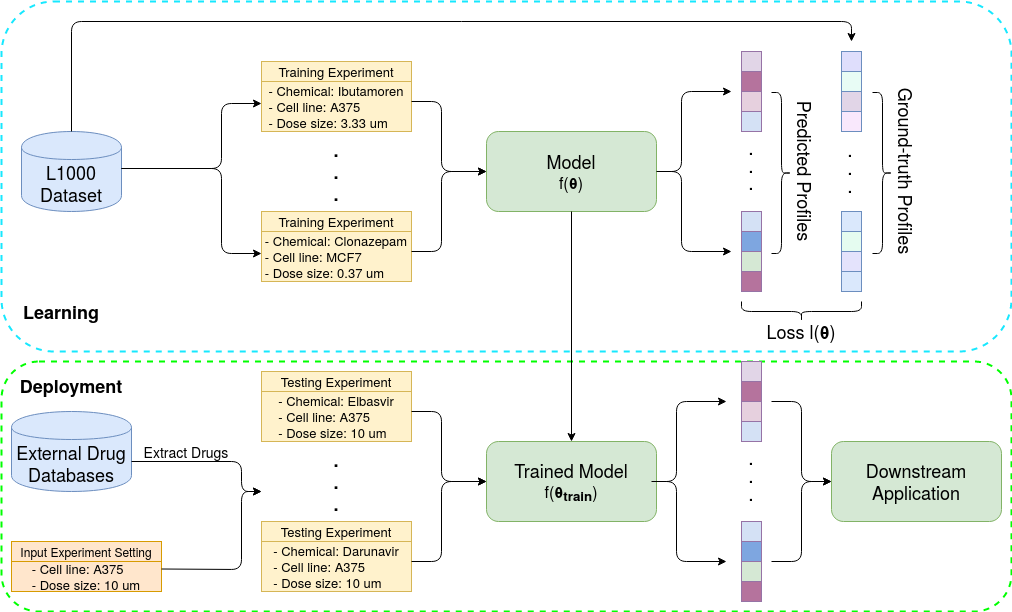
Earlier version of the draw.io export docs/fig1.png (pth1993/DeepCE). Source tidied: cells renumbered, new cells last; positions are measured from the earlier drawing's top-left corner, leaving out a move shared by most shapes.
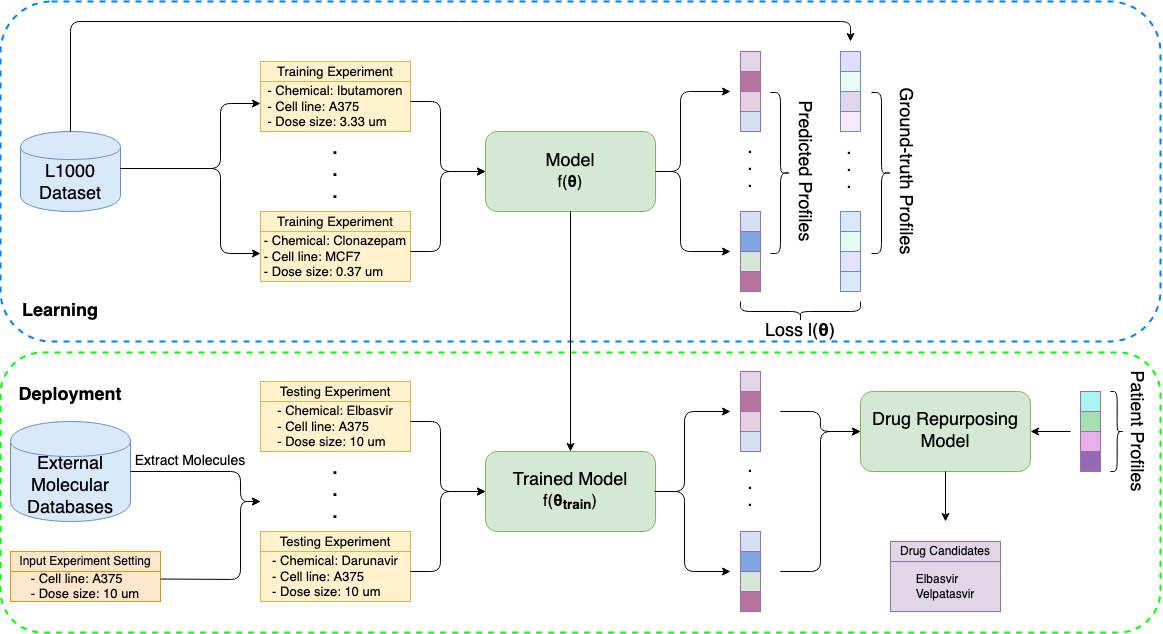
The same diagram one commit later.

What changed in the source:
```diff
@@ -2,12 +2,12 @@
   <root>
     <mxCell id="0" />
     <mxCell id="1" parent="0" />
-    <mxCell id="2" style="rounded=1;whiteSpace=wrap;html=1;dashed=1;strokeWidth=2;strokeColor=#00FF00;" parent="1" vertex="1">
-      <mxGeometry y="360" width="1010" height="250" as="geometry" />
-    </mxCell>
-    <mxCell id="3" style="rounded=1;whiteSpace=wrap;html=1;dashed=1;strokeWidth=2;strokeColor=#17E8FF;" parent="1" vertex="1">
-      <mxGeometry width="1010" height="350" as="geometry" />
-    </mxCell>
+    <mxCell id="73" style="rounded=1;whiteSpace=wrap;html=1;dashed=1;strokeWidth=2;strokeColor=#00FF00;" parent="1" vertex="1">
+      <mxGeometry y="351" width="1160" height="280" as="geometry" />
+    </mxCell>
+    <mxCell id="74" style="rounded=1;whiteSpace=wrap;html=1;dashed=1;strokeColor=#007FFF;strokeWidth=2;" parent="1" vertex="1">
+      <mxGeometry width="1160" height="340" as="geometry" />
+    </mxCell>
     <mxCell id="4" value="&lt;div&gt;&lt;font style=&quot;font-size: 18px&quot;&gt;L1000 Dataset&lt;br&gt;&lt;/font&gt;&lt;/div&gt;" style="shape=cylinder;whiteSpace=wrap;html=1;boundedLbl=1;backgroundOutline=1;fillColor=#dae8fc;strokeColor=#6c8ebf;" parent="1" vertex="1">
       <mxGeometry x="20" y="130" width="100" height="80" as="geometry" />
     </mxCell>
@@ -142,71 +142,71 @@
       </mxGeometry>
     </mxCell>
     <mxCell id="38" value="&lt;div&gt;&lt;font style=&quot;font-size: 18px&quot;&gt;Trained Model&lt;/font&gt;&lt;/div&gt;&lt;div&gt;&lt;font size=&quot;3&quot;&gt;f(&lt;b&gt;θ&lt;sub&gt;train&lt;/sub&gt;&lt;/b&gt;)&lt;br&gt;&lt;/font&gt;&lt;/div&gt;" style="rounded=1;whiteSpace=wrap;html=1;fillColor=#d5e8d4;strokeColor=#82b366;" parent="1" vertex="1">
-      <mxGeometry x="485" y="440" width="170" height="80" as="geometry" />
+      <mxGeometry x="485" y="450" width="170" height="80" as="geometry" />
     </mxCell>
-    <mxCell id="39" value="&lt;font style=&quot;font-size: 18px&quot;&gt;External Drug Databases&lt;/font&gt;" style="shape=cylinder;whiteSpace=wrap;html=1;boundedLbl=1;backgroundOutline=1;fillColor=#dae8fc;strokeColor=#6c8ebf;" parent="1" vertex="1">
-      <mxGeometry x="10" y="410" width="120" height="80" as="geometry" />
+    <mxCell id="39" value="&lt;font style=&quot;font-size: 18px&quot;&gt;External Molecular Databases&lt;/font&gt;" style="shape=cylinder;whiteSpace=wrap;html=1;boundedLbl=1;backgroundOutline=1;fillColor=#dae8fc;strokeColor=#6c8ebf;" parent="1" vertex="1">
+      <mxGeometry x="10" y="420" width="120" height="100" as="geometry" />
     </mxCell>
     <mxCell id="40" value="&lt;div style=&quot;font-size: 13px&quot; align=&quot;left&quot;&gt;&lt;font style=&quot;font-size: 13px&quot;&gt;- Chemical: Elbasvir&lt;br&gt;&lt;/font&gt;&lt;/div&gt;&lt;div style=&quot;font-size: 13px&quot; align=&quot;left&quot;&gt;&lt;font style=&quot;font-size: 13px&quot;&gt;- Cell line: A375&lt;/font&gt;&lt;/div&gt;&lt;div style=&quot;font-size: 13px&quot; align=&quot;left&quot;&gt;&lt;font style=&quot;font-size: 13px&quot;&gt;- Dose size: 10 um&lt;br&gt;&lt;/font&gt;&lt;/div&gt;" style="rounded=0;whiteSpace=wrap;html=1;align=center;fillColor=#fff2cc;strokeColor=#d6b656;" parent="1" vertex="1">
-      <mxGeometry x="260" y="390" width="150" height="50" as="geometry" />
+      <mxGeometry x="260" y="400" width="150" height="50" as="geometry" />
     </mxCell>
     <mxCell id="41" value="&lt;font style=&quot;font-size: 13px&quot;&gt;Testing Experiment&lt;/font&gt;" style="rounded=0;whiteSpace=wrap;html=1;fillColor=#fff2cc;strokeColor=#d6b656;" parent="1" vertex="1">
-      <mxGeometry x="260" y="370" width="150" height="20" as="geometry" />
+      <mxGeometry x="260" y="380" width="150" height="20" as="geometry" />
     </mxCell>
     <mxCell id="42" value="&lt;div style=&quot;font-size: 13px&quot; align=&quot;left&quot;&gt;&lt;font style=&quot;font-size: 13px&quot;&gt;- Chemical: Darunavir&lt;br&gt;&lt;/font&gt;&lt;/div&gt;&lt;div style=&quot;font-size: 13px&quot; align=&quot;left&quot;&gt;&lt;font style=&quot;font-size: 13px&quot;&gt;- Cell line: A375&lt;br&gt;&lt;/font&gt;&lt;/div&gt;&lt;div style=&quot;font-size: 13px&quot; align=&quot;left&quot;&gt;&lt;font style=&quot;font-size: 13px&quot;&gt;- Dose size: 10 um&lt;br&gt;&lt;/font&gt;&lt;/div&gt;" style="rounded=0;whiteSpace=wrap;html=1;align=center;fillColor=#fff2cc;strokeColor=#d6b656;" parent="1" vertex="1">
-      <mxGeometry x="260" y="540" width="150" height="50" as="geometry" />
+      <mxGeometry x="260" y="550" width="150" height="50" as="geometry" />
     </mxCell>
     <mxCell id="43" value="&lt;font style=&quot;font-size: 13px&quot;&gt;Testing Experiment&lt;/font&gt;" style="rounded=0;whiteSpace=wrap;html=1;fillColor=#fff2cc;strokeColor=#d6b656;" parent="1" vertex="1">
-      <mxGeometry x="260" y="520" width="150" height="20" as="geometry" />
+      <mxGeometry x="260" y="530" width="150" height="20" as="geometry" />
     </mxCell>
     <mxCell id="44" value="&lt;div style=&quot;font-size: 18px&quot;&gt;&lt;font style=&quot;font-size: 18px&quot;&gt;&lt;b&gt;.&lt;/b&gt;&lt;/font&gt;&lt;/div&gt;&lt;div style=&quot;font-size: 18px&quot;&gt;&lt;font style=&quot;font-size: 18px&quot;&gt;&lt;b&gt;.&lt;/b&gt;&lt;/font&gt;&lt;/div&gt;&lt;div style=&quot;font-size: 18px&quot;&gt;&lt;font style=&quot;font-size: 18px&quot;&gt;&lt;b&gt;.&lt;br&gt;&lt;/b&gt;&lt;/font&gt;&lt;/div&gt;" style="text;html=1;strokeColor=none;fillColor=none;align=center;verticalAlign=middle;whiteSpace=wrap;rounded=0;" parent="1" vertex="1">
-      <mxGeometry x="315" y="470" width="40" height="20" as="geometry" />
+      <mxGeometry x="315" y="480" width="40" height="20" as="geometry" />
     </mxCell>
     <mxCell id="45" value="&lt;div style=&quot;font-size: 13px&quot; align=&quot;left&quot;&gt;&lt;font style=&quot;font-size: 13px&quot;&gt;- Cell line: A375&lt;/font&gt;&lt;/div&gt;&lt;div style=&quot;font-size: 13px&quot; align=&quot;left&quot;&gt;&lt;font style=&quot;font-size: 13px&quot;&gt;- Dose size: 10 um&lt;br&gt;&lt;/font&gt;&lt;/div&gt;" style="rounded=0;whiteSpace=wrap;html=1;align=center;fillColor=#ffe6cc;strokeColor=#d79b00;" parent="1" vertex="1">
-      <mxGeometry x="10" y="560" width="150" height="30" as="geometry" />
+      <mxGeometry x="10" y="570" width="150" height="30" as="geometry" />
     </mxCell>
     <mxCell id="46" value="Input Experiment Setting" style="rounded=0;whiteSpace=wrap;html=1;fillColor=#ffe6cc;strokeColor=#d79b00;" parent="1" vertex="1">
-      <mxGeometry x="10" y="540" width="150" height="20" as="geometry" />
+      <mxGeometry x="10" y="550" width="150" height="20" as="geometry" />
     </mxCell>
     <mxCell id="47" style="endArrow=classic;html=1;" parent="1" edge="1">
       <mxGeometry relative="1" as="geometry">
-        <mxPoint x="130" y="460" as="sourcePoint" />
-        <mxPoint x="260" y="490" as="targetPoint" />
+        <mxPoint x="130" y="470" as="sourcePoint" />
+        <mxPoint x="260" y="500" as="targetPoint" />
         <Array as="points">
-          <mxPoint x="240" y="460" />
-          <mxPoint x="240" y="490" />
+          <mxPoint x="240" y="470" />
+          <mxPoint x="240" y="500" />
         </Array>
       </mxGeometry>
     </mxCell>
     <mxCell id="48" style="endArrow=classic;html=1;exitX=1;exitY=0.25;exitDx=0;exitDy=0;" parent="1" edge="1" source="45">
       <mxGeometry relative="1" as="geometry">
-        <mxPoint x="260" y="490" as="targetPoint" />
+        <mxPoint x="260" y="500" as="targetPoint" />
         <Array as="points">
-          <mxPoint x="240" y="568" />
-          <mxPoint x="240" y="490" />
+          <mxPoint x="240" y="578" />
+          <mxPoint x="240" y="500" />
         </Array>
       </mxGeometry>
     </mxCell>
-    <mxCell id="49" value="&lt;font style=&quot;font-size: 14px&quot;&gt;Extract Drugs&lt;/font&gt;" style="text;html=1;strokeColor=none;fillColor=none;align=center;verticalAlign=middle;whiteSpace=wrap;rounded=0;" parent="1" vertex="1">
-      <mxGeometry x="140" y="440" width="90" height="20" as="geometry" />
+    <mxCell id="49" value="&lt;font style=&quot;font-size: 14px&quot;&gt;Extract Molecules&lt;br&gt;&lt;/font&gt;" style="text;html=1;strokeColor=none;fillColor=none;align=center;verticalAlign=middle;whiteSpace=wrap;rounded=0;" parent="1" vertex="1">
+      <mxGeometry x="130" y="450" width="120" height="20" as="geometry" />
     </mxCell>
     <mxCell id="50" style="endArrow=classic;html=1;entryX=0;entryY=0.5;entryDx=0;entryDy=0;" parent="1" edge="1">
       <mxGeometry relative="1" as="geometry">
-        <mxPoint x="410" y="410" as="sourcePoint" />
-        <mxPoint x="485" y="480" as="targetPoint" />
+        <mxPoint x="410" y="420" as="sourcePoint" />
+        <mxPoint x="485" y="490" as="targetPoint" />
         <Array as="points">
-          <mxPoint x="440" y="410" />
-          <mxPoint x="440" y="480" />
+          <mxPoint x="440" y="420" />
+          <mxPoint x="440" y="490" />
         </Array>
       </mxGeometry>
     </mxCell>
     <mxCell id="51" style="endArrow=classic;html=1;entryX=0;entryY=0.5;entryDx=0;entryDy=0;" parent="1" edge="1">
       <mxGeometry relative="1" as="geometry">
-        <mxPoint x="410" y="560" as="sourcePoint" />
-        <mxPoint x="485" y="480" as="targetPoint" />
+        <mxPoint x="410" y="570" as="sourcePoint" />
+        <mxPoint x="485" y="490" as="targetPoint" />
         <Array as="points">
-          <mxPoint x="440" y="560" />
-          <mxPoint x="440" y="480" />
+          <mxPoint x="440" y="570" />
+          <mxPoint x="440" y="490" />
         </Array>
       </mxGeometry>
     </mxCell>
@@ -214,67 +214,49 @@
       <mxGeometry relative="1" as="geometry" />
     </mxCell>
     <mxCell id="53" style="rounded=0;whiteSpace=wrap;html=1;fillColor=#e1d5e7;strokeColor=#9673a6;" parent="1" vertex="1">
-      <mxGeometry x="740" y="360" width="20" height="20" as="geometry" />
+      <mxGeometry x="740" y="370" width="20" height="20" as="geometry" />
     </mxCell>
     <mxCell id="54" style="rounded=0;whiteSpace=wrap;html=1;fillColor=#B5739D;strokeColor=#9673a6;" parent="1" vertex="1">
-      <mxGeometry x="740" y="380" width="20" height="20" as="geometry" />
+      <mxGeometry x="740" y="390" width="20" height="20" as="geometry" />
     </mxCell>
     <mxCell id="55" style="rounded=0;whiteSpace=wrap;html=1;fillColor=#E6D0DE;strokeColor=#9673a6;" parent="1" vertex="1">
-      <mxGeometry x="740" y="400" width="20" height="20" as="geometry" />
+      <mxGeometry x="740" y="410" width="20" height="20" as="geometry" />
     </mxCell>
     <mxCell id="56" style="rounded=0;whiteSpace=wrap;html=1;fillColor=#D4E1F5;strokeColor=#9673a6;" parent="1" vertex="1">
-      <mxGeometry x="740" y="420" width="20" height="20" as="geometry" />
+      <mxGeometry x="740" y="430" width="20" height="20" as="geometry" />
     </mxCell>
     <mxCell id="57" style="rounded=0;whiteSpace=wrap;html=1;fillColor=#D4E1F5;strokeColor=#9673a6;" parent="1" vertex="1">
-      <mxGeometry x="740" y="520" width="20" height="20" as="geometry" />
+      <mxGeometry x="740" y="530" width="20" height="20" as="geometry" />
     </mxCell>
     <mxCell id="58" style="rounded=0;whiteSpace=wrap;html=1;fillColor=#7EA6E0;strokeColor=#9673a6;" parent="1" vertex="1">
-      <mxGeometry x="740" y="540" width="20" height="20" as="geometry" />
+      <mxGeometry x="740" y="550" width="20" height="20" as="geometry" />
     </mxCell>
     <mxCell id="59" style="rounded=0;whiteSpace=wrap;html=1;fillColor=#D5E8D4;strokeColor=#9673a6;" parent="1" vertex="1">
-      <mxGeometry x="740" y="560" width="20" height="20" as="geometry" />
+      <mxGeometry x="740" y="570" width="20" height="20" as="geometry" />
     </mxCell>
     <mxCell id="60" style="rounded=0;whiteSpace=wrap;html=1;fillColor=#B5739D;strokeColor=#9673a6;" parent="1" vertex="1">
-      <mxGeometry x="740" y="580" width="20" height="20" as="geometry" />
+      <mxGeometry x="740" y="590" width="20" height="20" as="geometry" />
     </mxCell>
-    <mxCell id="61" value="&lt;div style=&quot;font-size: 18px&quot;&gt;&lt;font style=&quot;font-size: 18px&quot;&gt;Downstream&lt;br&gt;&lt;/font&gt;&lt;/div&gt;&lt;div style=&quot;font-size: 18px&quot;&gt;&lt;font style=&quot;font-size: 18px&quot;&gt;Application&lt;br&gt;&lt;/font&gt;&lt;/div&gt;" style="rounded=1;whiteSpace=wrap;html=1;fillColor=#d5e8d4;strokeColor=#82b366;" parent="1" vertex="1">
-      <mxGeometry x="830" y="440" width="170" height="80" as="geometry" />
+    <mxCell id="61" value="&lt;font style=&quot;font-size: 18px&quot;&gt;Drug Repurposing Model&lt;br&gt;&lt;/font&gt;" style="rounded=1;whiteSpace=wrap;html=1;fillColor=#d5e8d4;strokeColor=#82b366;" parent="1" vertex="1">
+      <mxGeometry x="860" y="390" width="170" height="80" as="geometry" />
     </mxCell>
-    <mxCell id="62" style="endArrow=classic;html=1;entryX=0;entryY=0.5;entryDx=0;entryDy=0;" parent="1" edge="1" target="61">
-      <mxGeometry relative="1" as="geometry">
-        <mxPoint x="770" y="400" as="sourcePoint" />
-        <Array as="points">
-          <mxPoint x="800" y="400" />
-          <mxPoint x="800" y="480" />
-        </Array>
-      </mxGeometry>
-    </mxCell>
-    <mxCell id="63" style="endArrow=classic;html=1;entryX=0;entryY=0.5;entryDx=0;entryDy=0;" parent="1" edge="1" target="61">
-      <mxGeometry relative="1" as="geometry">
-        <mxPoint x="770" y="560" as="sourcePoint" />
-        <Array as="points">
-          <mxPoint x="800" y="560" />
-          <mxPoint x="800" y="480" />
-        </Array>
-      </mxGeometry>
-    </mxCell>
-    <mxCell id="64" style="endArrow=classic;html=1;exitX=1;exitY=0.5;exitDx=0;exitDy=0;" parent="1" edge="1">
+    <mxCell id="64" style="endArrow=classic;html=1;" parent="1" edge="1">
       <mxGeometry relative="1" as="geometry">
-        <mxPoint x="650" y="480" as="sourcePoint" />
-        <mxPoint x="725" y="400" as="targetPoint" />
+        <mxPoint x="664" y="490" as="sourcePoint" />
+        <mxPoint x="730" y="410" as="targetPoint" />
         <Array as="points">
-          <mxPoint x="675" y="480" />
-          <mxPoint x="675" y="400" />
+          <mxPoint x="684" y="490" />
+          <mxPoint x="684" y="410" />
         </Array>
       </mxGeometry>
     </mxCell>
-    <mxCell id="65" style="endArrow=classic;html=1;" parent="1" edge="1">
+    <mxCell id="65" style="endArrow=classic;html=1;exitX=0.971;exitY=0.5;exitDx=0;exitDy=0;exitPerimeter=0;" parent="1" edge="1">
       <mxGeometry relative="1" as="geometry">
-        <mxPoint x="655" y="480" as="sourcePoint" />
-        <mxPoint x="725" y="560" as="targetPoint" />
+        <mxPoint x="654.1" y="490" as="sourcePoint" />
+        <mxPoint x="730" y="570" as="targetPoint" />
         <Array as="points">
-          <mxPoint x="675" y="480" />
-          <mxPoint x="675" y="560" />
+          <mxPoint x="684" y="490" />
+          <mxPoint x="684" y="570" />
         </Array>
       </mxGeometry>
     </mxCell>
@@ -302,7 +284,7 @@
       <mxGeometry x="40" y="300" width="40" height="20" as="geometry" />
     </mxCell>
     <mxCell id="69" value="&lt;b&gt;&lt;font style=&quot;font-size: 18px&quot;&gt;Deployment&lt;/font&gt;&lt;/b&gt;" style="text;html=1;strokeColor=none;fillColor=none;align=center;verticalAlign=middle;whiteSpace=wrap;rounded=0;dashed=1;" parent="1" vertex="1">
-      <mxGeometry x="50" y="374" width="40" height="20" as="geometry" />
+      <mxGeometry x="50" y="384" width="40" height="20" as="geometry" />
     </mxCell>
     <mxCell id="70" value="&lt;div style=&quot;font-size: 14px&quot;&gt;&lt;font style=&quot;font-size: 14px&quot;&gt;&lt;b&gt;.&lt;/b&gt;&lt;/font&gt;&lt;/div&gt;&lt;div style=&quot;font-size: 14px&quot;&gt;&lt;font style=&quot;font-size: 14px&quot;&gt;&lt;b&gt;.&lt;/b&gt;&lt;/font&gt;&lt;/div&gt;&lt;div style=&quot;font-size: 14px&quot;&gt;&lt;font style=&quot;font-size: 14px&quot;&gt;&lt;b&gt;.&lt;br&gt;&lt;/b&gt;&lt;/font&gt;&lt;/div&gt;" style="text;html=1;strokeColor=none;fillColor=none;align=center;verticalAlign=middle;whiteSpace=wrap;rounded=0;dashed=1;" parent="1" vertex="1">
       <mxGeometry x="730" y="155" width="40" height="20" as="geometry" />
@@ -311,7 +293,59 @@
       <mxGeometry x="845" y="134" width="30" height="60" as="geometry" />
     </mxCell>
     <mxCell id="72" value="&lt;div style=&quot;font-size: 14px&quot;&gt;&lt;font style=&quot;font-size: 14px&quot;&gt;&lt;b&gt;.&lt;/b&gt;&lt;/font&gt;&lt;/div&gt;&lt;div style=&quot;font-size: 14px&quot;&gt;&lt;font style=&quot;font-size: 14px&quot;&gt;&lt;b&gt;.&lt;/b&gt;&lt;/font&gt;&lt;/div&gt;&lt;div style=&quot;font-size: 14px&quot;&gt;&lt;font style=&quot;font-size: 14px&quot;&gt;&lt;b&gt;.&lt;br&gt;&lt;/b&gt;&lt;/font&gt;&lt;/div&gt;" style="text;whiteSpace=wrap;html=1;" parent="1" vertex="1">
-      <mxGeometry x="746" y="442" width="30" height="60" as="geometry" />
+      <mxGeometry x="746" y="452" width="30" height="60" as="geometry" />
     </mxCell>
+    <mxCell id="75" style="rounded=0;whiteSpace=wrap;html=1;fillColor=#ABF5F0;strokeColor=#9673a6;flipH=0;flipV=0;direction=east;" parent="1" vertex="1">
+      <mxGeometry x="1080" y="390" width="20" height="20" as="geometry" />
+    </mxCell>
+    <mxCell id="76" style="rounded=0;whiteSpace=wrap;html=1;fillColor=#A4E0B0;strokeColor=#9673a6;flipH=0;flipV=0;direction=east;" parent="1" vertex="1">
+      <mxGeometry x="1080" y="410" width="20" height="20" as="geometry" />
+    </mxCell>
+    <mxCell id="77" style="rounded=0;whiteSpace=wrap;html=1;fillColor=#E8AEE8;strokeColor=#9673a6;flipH=0;flipV=0;direction=east;" parent="1" vertex="1">
+      <mxGeometry x="1080" y="430" width="20" height="20" as="geometry" />
+    </mxCell>
+    <mxCell id="78" style="rounded=0;whiteSpace=wrap;html=1;fillColor=#9769B5;strokeColor=#9673a6;flipH=0;flipV=0;direction=east;" parent="1" vertex="1">
+      <mxGeometry x="1080" y="450" width="20" height="20" as="geometry" />
+    </mxCell>
+    <mxCell id="79" style="endArrow=classic;html=1;entryX=1;entryY=0.5;entryDx=0;entryDy=0;" parent="1" edge="1" target="61">
+      <mxGeometry relative="1" as="geometry">
+        <mxPoint x="1070" y="430" as="sourcePoint" />
+      </mxGeometry>
+    </mxCell>
+    <mxCell id="80" style="shape=curlyBracket;whiteSpace=wrap;html=1;rounded=1;fillColor=#9769B5;rotation=-180;flipH=0;flipV=0;direction=east;" parent="1" vertex="1">
+      <mxGeometry x="1110" y="390" width="13.3" height="80" as="geometry" />
+    </mxCell>
+    <mxCell id="81" value="&lt;font style=&quot;font-size: 18px&quot;&gt;Patient Profiles&lt;/font&gt;" style="text;html=1;strokeColor=none;fillColor=none;align=center;verticalAlign=middle;whiteSpace=wrap;rounded=0;rotation=90;flipH=0;flipV=0;direction=east;" parent="1" vertex="1">
+      <mxGeometry x="1072" y="420" width="130" height="20" as="geometry" />
+    </mxCell>
+    <mxCell id="82" value="&lt;div style=&quot;font-size: 13px&quot; align=&quot;left&quot;&gt;&lt;font style=&quot;font-size: 12px&quot;&gt;Elbasvir&lt;br&gt;&lt;/font&gt;&lt;/div&gt;&lt;div&gt;&lt;font style=&quot;font-size: 12px&quot; size=&quot;1&quot;&gt;&lt;span style=&quot;left: 110.68px ; top: 188.372px ; font-family: sans-serif ; transform: scalex(0.921383)&quot;&gt;Velpatasvir&lt;/span&gt;&lt;/font&gt;&lt;span style=&quot;left: 253.108px ; top: 188.372px ; font-size: 9.31145px ; font-family: sans-serif ; transform: scalex(0.92935)&quot;&gt;&lt;/span&gt;&lt;/div&gt;" style="rounded=0;whiteSpace=wrap;html=1;align=center;fillColor=#e1d5e7;strokeColor=#9673a6;" parent="1" vertex="1">
+      <mxGeometry x="890" y="560" width="110" height="50" as="geometry" />
+    </mxCell>
+    <mxCell id="83" value="Drug Candidates" style="rounded=0;whiteSpace=wrap;html=1;fillColor=#e1d5e7;strokeColor=#9673a6;" parent="1" vertex="1">
+      <mxGeometry x="890" y="540" width="110" height="20" as="geometry" />
+    </mxCell>
+    <mxCell id="84" style="endArrow=classic;html=1;shadow=0;entryX=0;entryY=0.5;entryDx=0;entryDy=0;" parent="1" edge="1" target="61">
+      <mxGeometry relative="1" as="geometry">
+        <mxPoint x="780" y="570" as="sourcePoint" />
+        <Array as="points">
+          <mxPoint x="820" y="570" />
+          <mxPoint x="820" y="430" />
+        </Array>
+      </mxGeometry>
+    </mxCell>
+    <mxCell id="85" style="endArrow=classic;html=1;shadow=0;entryX=0;entryY=0.5;entryDx=0;entryDy=0;" parent="1" edge="1" target="61">
+      <mxGeometry relative="1" as="geometry">
+        <mxPoint x="780" y="410" as="sourcePoint" />
+        <Array as="points">
+          <mxPoint x="820" y="410" />
+          <mxPoint x="820" y="430" />
+        </Array>
+      </mxGeometry>
+    </mxCell>
+    <mxCell id="86" style="endArrow=classic;html=1;shadow=0;exitX=0.5;exitY=1;exitDx=0;exitDy=0;" parent="1" edge="1" source="61">
+      <mxGeometry relative="1" as="geometry">
+        <mxPoint x="945" y="520" as="targetPoint" />
+      </mxGeometry>
+    </mxCell>
   </root>
 </mxGraphModel>
```
